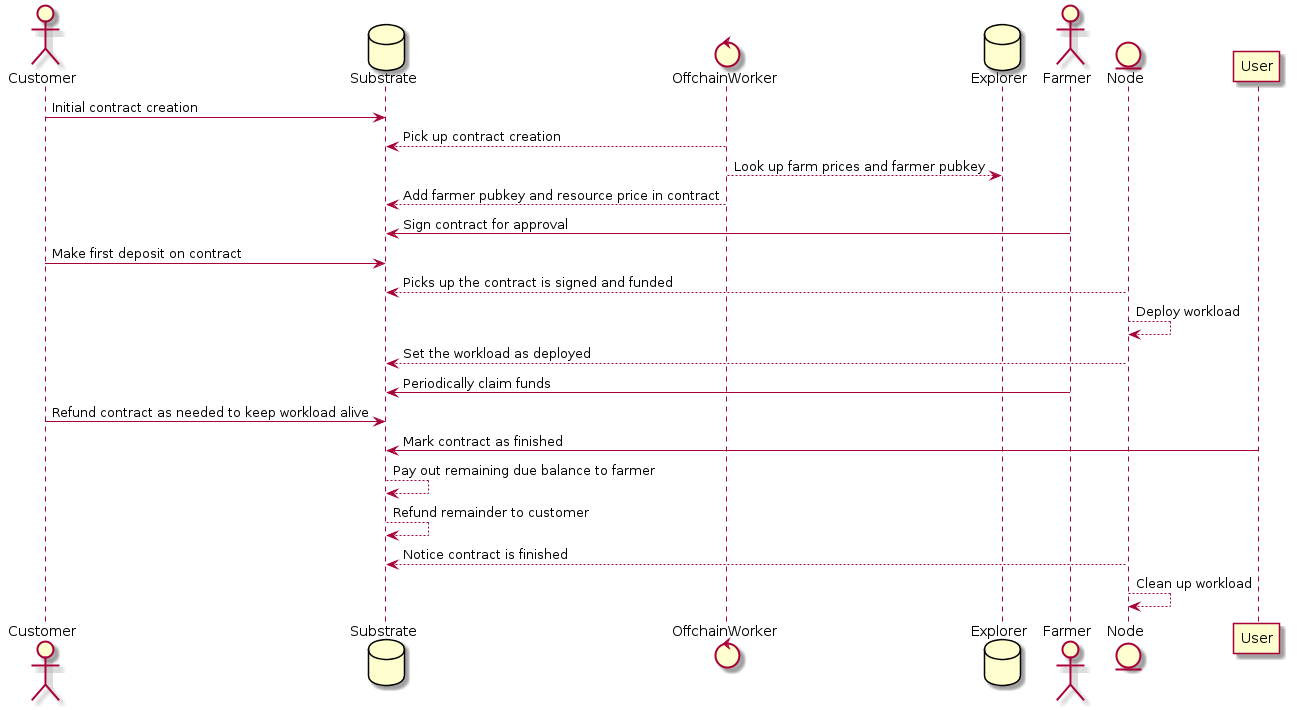
The PlantUML diagram assets/smart_contract_poc.png in threefoldtech/substrate-research, before a commit.
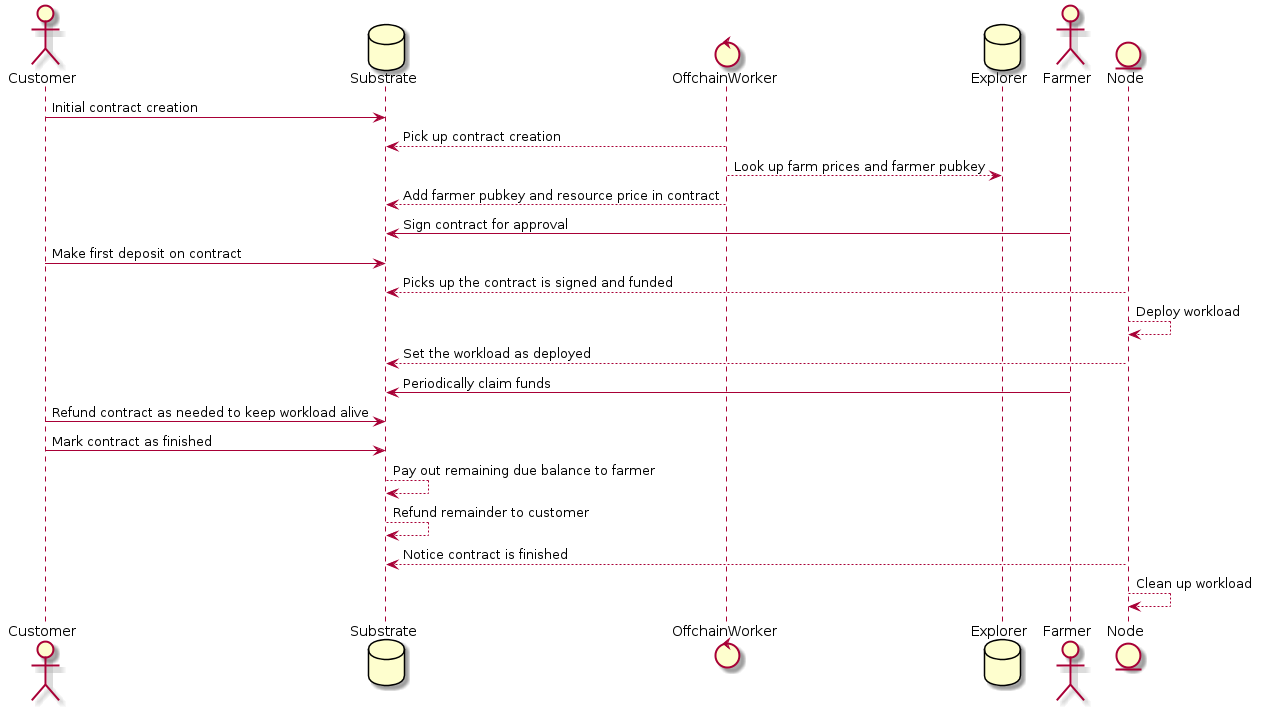
The same file after the commit.

Commit message:
Fix sequence diagram

Change to the diagram source:
```diff
@@ -17,7 +17,7 @@
 Node --> Substrate: Set the workload as deployed
 Farmer -> Substrate: Periodically claim funds
 Customer -> Substrate: Refund contract as needed to keep workload alive
-User -> Substrate: Mark contract as finished
+Customer -> Substrate: Mark contract as finished
 Substrate --> Substrate: Pay out remaining due balance to farmer
 Substrate --> Substrate: Refund remainder to customer
 Node --> Substrate: Notice contract is finished
```
